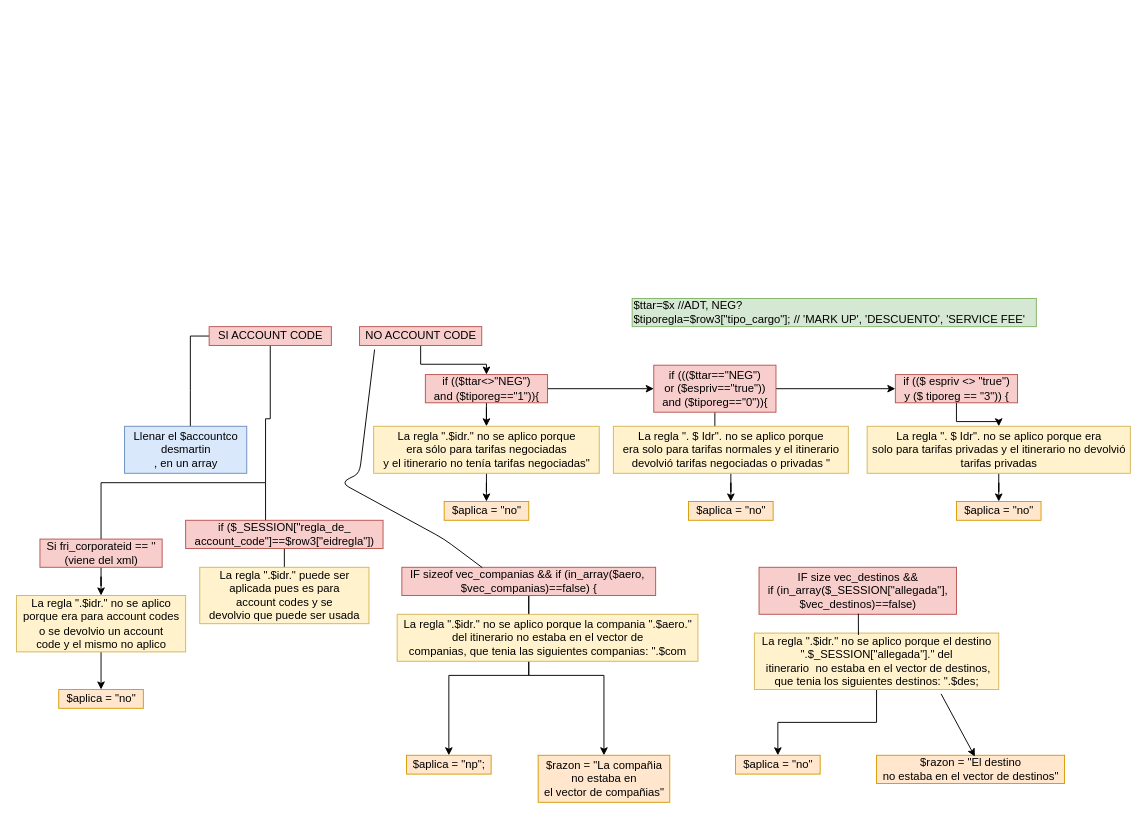
tomaslvidal/bootstrap-4-setting-and-diagram-use keeps this draw.io diagram as Untitled Diagram.drawio. Above is the earlier version. Source tidied: cells renumbered, new cells numbered last; positions are measured from the earlier drawing's top-left corner, leaving out a move shared by most shapes. Both pictures are drawn from the tidied source at 94%, with x=0, y=0 at pixel (16, 298).
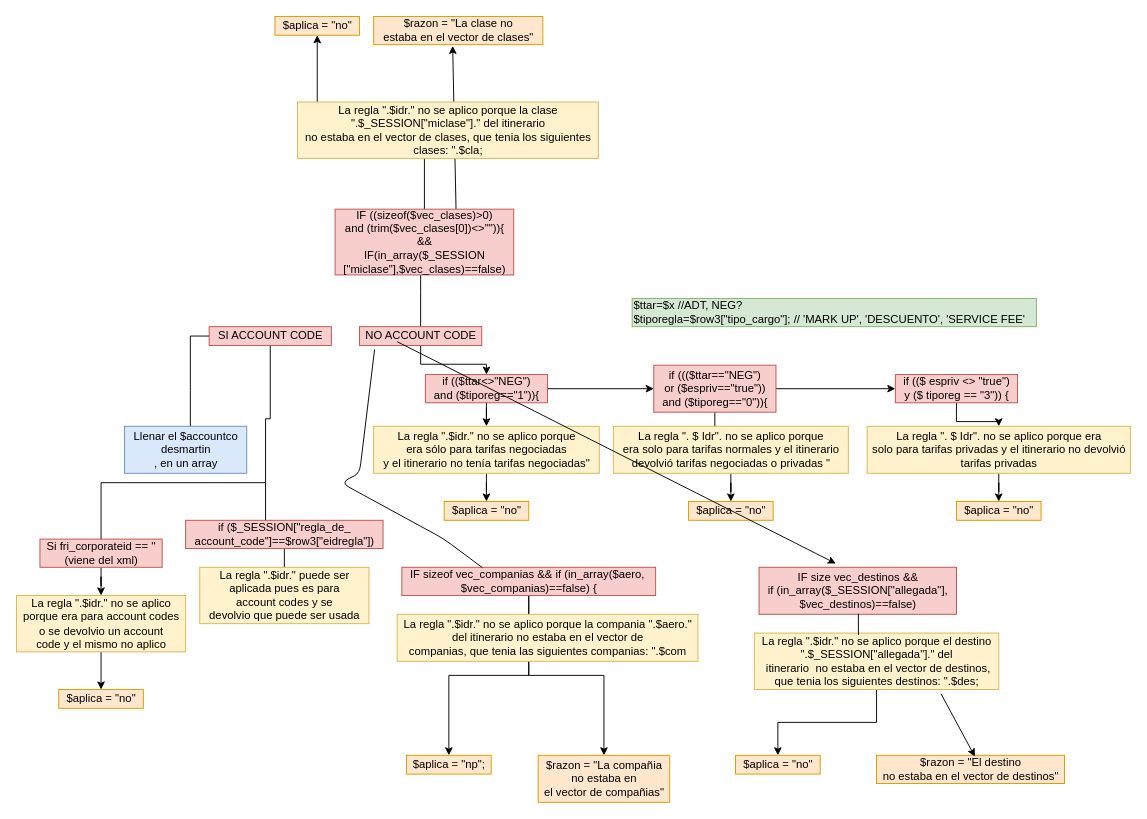
The same diagram, later.

Unchanged cells that the change refers to:
```xml
<mxCell id="11" value="NO ACCOUNT CODE&lt;br&gt;" style="text;html=1;align=center;verticalAlign=middle;points=[];fillColor=#f8cecc;strokeColor=#b85450;" parent="1" vertex="1">
  <mxGeometry x="365" y="30" width="130" height="20" as="geometry" />
</mxCell>
<mxCell id="42" value="IF size vec_destinos &amp;amp;&amp;amp;&lt;br&gt;if (in_array($_SESSION[&quot;allegada&quot;],&lt;br&gt;$vec_destinos)==false)" style="text;html=1;align=center;verticalAlign=middle;points=[];fillColor=#f8cecc;strokeColor=#b85450;" parent="1" vertex="1">
  <mxGeometry x="790" y="286" width="210" height="50" as="geometry" />
</mxCell>
```

The edit, as a diff of the source:
```diff
@@
+    <mxCell id="49" style="edgeStyle=orthogonalEdgeStyle;rounded=0;jettySize=auto;html=1;" parent="1" edge="1" source="11">
+      <mxGeometry relative="1" as="geometry">
+        <mxPoint x="430" y="-45" as="targetPoint" />
+      </mxGeometry>
+    </mxCell>
@@
+    <mxCell id="50" style="endArrow=classic;html=1;exitX=0.308;exitY=0.8;exitDx=0;exitDy=0;exitPerimeter=0;entryX=0.389;entryY=-0.08;entryDx=0;entryDy=0;entryPerimeter=0;" parent="1" edge="1" source="11" target="42">
+      <mxGeometry relative="1" as="geometry" />
+    </mxCell>
+    <mxCell id="51" style="edgeStyle=orthogonalEdgeStyle;rounded=0;jettySize=auto;html=1;" parent="1" edge="1" source="52" target="53">
+      <mxGeometry relative="1" as="geometry" />
+    </mxCell>
+    <mxCell id="52" value="IF ((sizeof($vec_clases)&amp;gt;0) &lt;br&gt;and (trim($vec_clases[0])&amp;lt;&amp;gt;&quot;&quot;)){ &lt;br&gt;&amp;amp;&amp;amp; &lt;br&gt;IF(in_array($_SESSION&lt;br&gt;[&quot;miclase&quot;],$vec_clases)==false)" style="text;html=1;align=center;verticalAlign=middle;points=[];fillColor=#f8cecc;strokeColor=#b85450;" parent="1" vertex="1">
+      <mxGeometry x="339" y="-95" width="190" height="70" as="geometry" />
+    </mxCell>
+    <mxCell id="53" value="$aplica = &quot;no&quot;" style="text;html=1;align=center;verticalAlign=middle;points=[];fillColor=#ffe6cc;strokeColor=#d79b00;" parent="1" vertex="1">
+      <mxGeometry x="275" y="-300" width="90" height="20" as="geometry" />
+    </mxCell>
+    <mxCell id="54" style="endArrow=classic;html=1;exitX=0.677;exitY=-0.005;exitDx=0;exitDy=0;exitPerimeter=0;entryX=0.467;entryY=1.044;entryDx=0;entryDy=0;entryPerimeter=0;fillColor=#f8cecc;strokeColor=#000000;" parent="1" edge="1" source="52" target="55">
+      <mxGeometry relative="1" as="geometry" />
+    </mxCell>
+    <mxCell id="55" value="$razon = &quot;La clase no &lt;br&gt;estaba en el vector de clases&quot;" style="text;html=1;align=center;verticalAlign=middle;points=[];fillColor=#ffe6cc;strokeColor=#d79b00;" parent="1" vertex="1">
+      <mxGeometry x="380" y="-300" width="180" height="30" as="geometry" />
+    </mxCell>
+    <mxCell id="56" value="La regla &quot;.$idr.&quot; no se aplico porque la clase &lt;br&gt;&quot;.$_SESSION[&quot;miclase&quot;].&quot; del itinerario &lt;br&gt;no estaba en el vector de clases, que tenia los siguientes &lt;br&gt;clases: &quot;.$cla;" style="text;html=1;align=center;verticalAlign=middle;fillColor=#fff2cc;strokeColor=#d6b656;" parent="1" vertex="1">
+      <mxGeometry x="299" y="-209" width="320" height="60" as="geometry" />
+    </mxCell>
```
